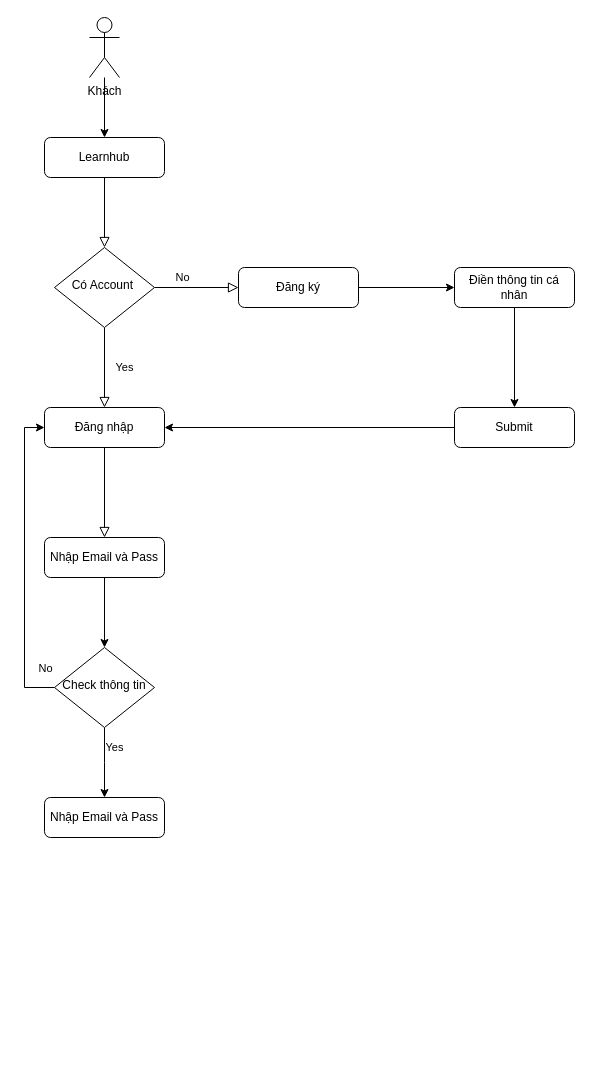
Earlier version of the draw.io diagram User LMS.drawio (yen0309/yen0309). Source tidied: cells renumbered, new cells numbered last; positions are measured from the earlier drawing's top-left corner, leaving out a move shared by most shapes. Both pictures are drawn from the tidied source at 100%, with x=0, y=0 at pixel (24, 17).
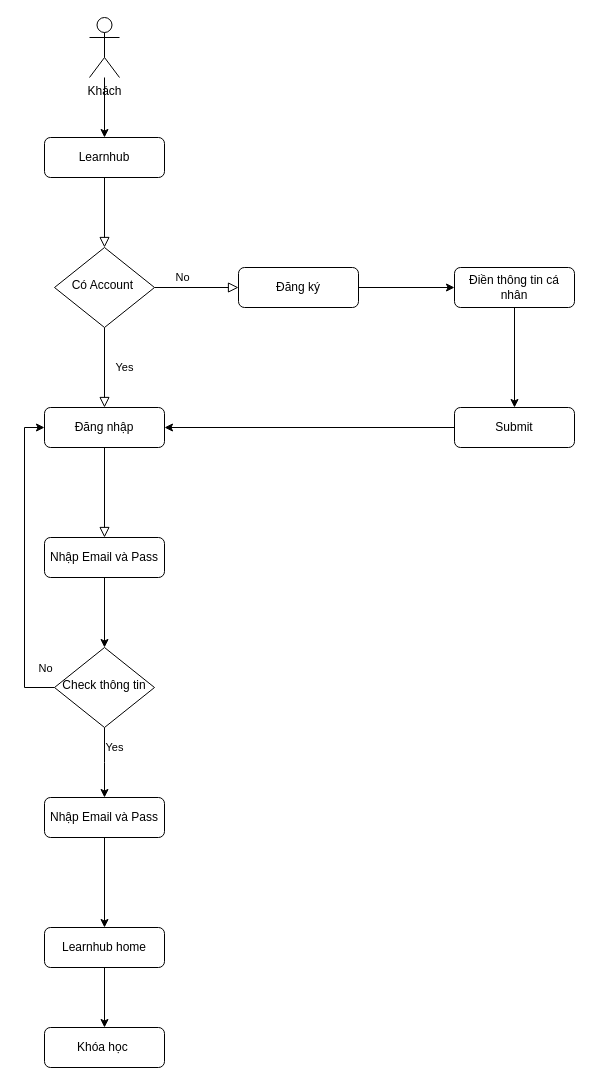
After the change.

The change refers to these unchanged cells:
```xml
<mxCell id="23" value="Nhập Email và Pass" style="rounded=1;whiteSpace=wrap;html=1;fontSize=12;glass=0;strokeWidth=1;shadow=0;" parent="1" vertex="1">
  <mxGeometry x="20" y="780" width="120" height="40" as="geometry" />
</mxCell>
```

Change to the diagram source:
```diff
@@
+    <mxCell id="24" style="edgeStyle=orthogonalEdgeStyle;rounded=0;jettySize=auto;html=1;" parent="1" edge="1" source="25" target="27">
+      <mxGeometry relative="1" as="geometry" />
+    </mxCell>
+    <mxCell id="25" value="Learnhub home" style="rounded=1;whiteSpace=wrap;html=1;fontSize=12;glass=0;strokeWidth=1;shadow=0;" parent="1" vertex="1">
+      <mxGeometry x="20" y="910" width="120" height="40" as="geometry" />
+    </mxCell>
+    <mxCell id="26" style="edgeStyle=orthogonalEdgeStyle;rounded=0;jettySize=auto;html=1;exitX=0.5;exitY=1;exitDx=0;exitDy=0;entryX=0.5;entryY=0;entryDx=0;entryDy=0;" parent="1" edge="1" source="23" target="25">
+      <mxGeometry relative="1" as="geometry" />
+    </mxCell>
+    <mxCell id="27" value="Khóa học&amp;nbsp;" style="rounded=1;whiteSpace=wrap;html=1;fontSize=12;glass=0;strokeWidth=1;shadow=0;" parent="1" vertex="1">
+      <mxGeometry x="20" y="1010" width="120" height="40" as="geometry" />
+    </mxCell>
```
